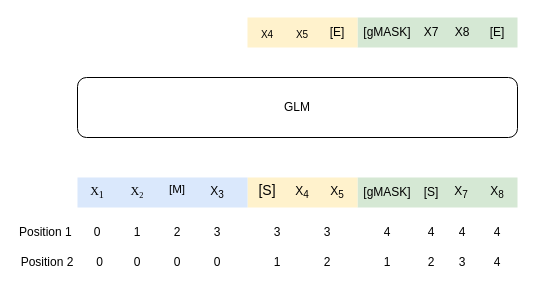
ZhangHammer/ZhangHammer keeps this draw.io diagram as multitask.drawio. Above is the earlier version. Source tidied: cells renumbered, new cells numbered last; positions are measured from the earlier drawing's top-left corner, leaving out a move shared by most shapes. Both pictures are drawn from the tidied source at 100%, with x=0, y=0 at pixel (17, 17).
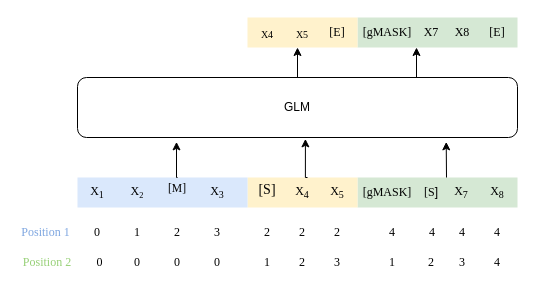
The same page after the edit.

The change refers to these unchanged cells:
```xml
<mxCell id="13" value="GLM" style="rounded=1;whiteSpace=wrap;html=1;" parent="1" vertex="1">
  <mxGeometry x="60" y="60" width="440" height="60" as="geometry" />
</mxCell>
```

Change to the diagram source:
```diff
@@
+    <mxCell id="48" style="edgeStyle=orthogonalEdgeStyle;rounded=0;jettySize=auto;html=1;exitX=0.5;exitY=0;exitDx=0;exitDy=0;entryX=0.225;entryY=1.073;entryDx=0;entryDy=0;entryPerimeter=0;" parent="1" edge="1" source="7" target="13">
+      <mxGeometry relative="1" as="geometry" />
+    </mxCell>
-    <mxCell id="7" value="&lt;font style=&quot;font-size: 14px;&quot;&gt;&lt;sup style=&quot;&quot;&gt;[M]&lt;/sup&gt;&lt;/font&gt;" style="text;html=1;strokeColor=none;fillColor=none;align=center;verticalAlign=middle;whiteSpace=wrap;rounded=0;" parent="1" vertex="1">
+    <mxCell id="7" value="&lt;font face=&quot;Times New Roman&quot; style=&quot;font-size: 14px;&quot;&gt;&lt;sup style=&quot;&quot;&gt;[M]&lt;/sup&gt;&lt;/font&gt;" style="text;html=1;strokeColor=none;fillColor=none;align=center;verticalAlign=middle;whiteSpace=wrap;rounded=0;" parent="1" vertex="1">
       <mxGeometry x="130" y="160" width="60" height="30" as="geometry" />
     </mxCell>
-    <mxCell id="8" value="X&lt;sub&gt;3&lt;/sub&gt;" style="text;html=1;strokeColor=none;fillColor=none;align=center;verticalAlign=middle;whiteSpace=wrap;rounded=0;" parent="1" vertex="1">
+    <mxCell id="8" value="&lt;font face=&quot;Times New Roman&quot;&gt;X&lt;sub&gt;3&lt;/sub&gt;&lt;/font&gt;" style="text;html=1;strokeColor=none;fillColor=none;align=center;verticalAlign=middle;whiteSpace=wrap;rounded=0;" parent="1" vertex="1">
       <mxGeometry x="170" y="160" width="60" height="30" as="geometry" />
     </mxCell>
-    <mxCell id="9" value="X&lt;sub&gt;4&lt;/sub&gt;" style="text;html=1;strokeColor=none;fillColor=none;align=center;verticalAlign=middle;whiteSpace=wrap;rounded=0;rotation=0;" parent="1" vertex="1">
+    <mxCell id="9" value="&lt;font face=&quot;Times New Roman&quot;&gt;X&lt;sub&gt;4&lt;/sub&gt;&lt;/font&gt;" style="text;html=1;strokeColor=none;fillColor=none;align=center;verticalAlign=middle;whiteSpace=wrap;rounded=0;rotation=0;" parent="1" vertex="1">
       <mxGeometry x="255" y="160" width="60" height="30" as="geometry" />
     </mxCell>
+    <mxCell id="49" style="edgeStyle=orthogonalEdgeStyle;rounded=0;jettySize=auto;html=1;exitX=0;exitY=0;exitDx=0;exitDy=0;entryX=0.518;entryY=1.023;entryDx=0;entryDy=0;entryPerimeter=0;" parent="1" edge="1" source="10" target="13">
+      <mxGeometry relative="1" as="geometry" />
+    </mxCell>
-    <mxCell id="10" value="X&lt;sub&gt;5&lt;/sub&gt;" style="text;html=1;strokeColor=none;fillColor=none;align=center;verticalAlign=middle;whiteSpace=wrap;rounded=0;" parent="1" vertex="1">
+    <mxCell id="10" value="&lt;font face=&quot;Times New Roman&quot;&gt;X&lt;sub&gt;5&lt;/sub&gt;&lt;/font&gt;" style="text;html=1;strokeColor=none;fillColor=none;align=center;verticalAlign=middle;whiteSpace=wrap;rounded=0;" parent="1" vertex="1">
       <mxGeometry x="290" y="160" width="60" height="30" as="geometry" />
     </mxCell>
-    <mxCell id="11" value="[gMASK]" style="text;html=1;strokeColor=none;fillColor=none;align=center;verticalAlign=middle;whiteSpace=wrap;rounded=0;" parent="1" vertex="1">
+    <mxCell id="11" value="&lt;font face=&quot;Times New Roman&quot;&gt;[gMASK]&lt;/font&gt;" style="text;html=1;strokeColor=none;fillColor=none;align=center;verticalAlign=middle;whiteSpace=wrap;rounded=0;" parent="1" vertex="1">
       <mxGeometry x="340" y="160" width="60" height="30" as="geometry" />
     </mxCell>
-    <mxCell id="12" value="[S]" style="text;html=1;strokeColor=none;fillColor=none;align=center;verticalAlign=middle;whiteSpace=wrap;rounded=0;" parent="1" vertex="1">
+    <mxCell id="12" value="&lt;font face=&quot;Times New Roman&quot;&gt;[S&lt;/font&gt;]" style="text;html=1;strokeColor=none;fillColor=none;align=center;verticalAlign=middle;whiteSpace=wrap;rounded=0;" parent="1" vertex="1">
       <mxGeometry x="384" y="160" width="60" height="30" as="geometry" />
     </mxCell>
+    <mxCell id="50" style="edgeStyle=orthogonalEdgeStyle;rounded=0;jettySize=auto;html=1;exitX=0.5;exitY=0;exitDx=0;exitDy=0;entryX=1;entryY=1;entryDx=0;entryDy=0;" parent="1" edge="1" source="13" target="45">
+      <mxGeometry relative="1" as="geometry" />
+    </mxCell>
+    <mxCell id="51" style="edgeStyle=orthogonalEdgeStyle;rounded=0;jettySize=auto;html=1;exitX=0.75;exitY=0;exitDx=0;exitDy=0;entryX=0.25;entryY=1;entryDx=0;entryDy=0;" parent="1" edge="1" source="13" target="44">
+      <mxGeometry relative="1" as="geometry" />
+    </mxCell>
@@
-    <mxCell id="14" value="Position 1&amp;nbsp;" style="text;html=1;strokeColor=none;fillColor=none;align=center;verticalAlign=middle;whiteSpace=wrap;rounded=0;" parent="1" vertex="1">
+    <mxCell id="14" value="&lt;font color=&quot;#7ea6e0&quot; face=&quot;Times New Roman&quot;&gt;Position 1&amp;nbsp;&lt;/font&gt;" style="text;html=1;strokeColor=none;fillColor=none;align=center;verticalAlign=middle;whiteSpace=wrap;rounded=0;" parent="1" vertex="1">
       <mxGeometry y="200" width="60" height="30" as="geometry" />
     </mxCell>
-    <mxCell id="15" value="0" style="text;html=1;strokeColor=none;fillColor=none;align=center;verticalAlign=middle;whiteSpace=wrap;rounded=0;" parent="1" vertex="1">
+    <mxCell id="15" value="&lt;font face=&quot;Times New Roman&quot;&gt;0&lt;/font&gt;" style="text;html=1;strokeColor=none;fillColor=none;align=center;verticalAlign=middle;whiteSpace=wrap;rounded=0;" parent="1" vertex="1">
       <mxGeometry x="65" y="200" width="30" height="30" as="geometry" />
     </mxCell>
-    <mxCell id="16" value="1" style="text;html=1;strokeColor=none;fillColor=none;align=center;verticalAlign=middle;whiteSpace=wrap;rounded=0;" parent="1" vertex="1">
+    <mxCell id="16" value="&lt;font face=&quot;Times New Roman&quot;&gt;1&lt;/font&gt;" style="text;html=1;strokeColor=none;fillColor=none;align=center;verticalAlign=middle;whiteSpace=wrap;rounded=0;" parent="1" vertex="1">
       <mxGeometry x="105" y="200" width="30" height="30" as="geometry" />
     </mxCell>
-    <mxCell id="17" value="2" style="text;html=1;strokeColor=none;fillColor=none;align=center;verticalAlign=middle;whiteSpace=wrap;rounded=0;" parent="1" vertex="1">
+    <mxCell id="17" value="&lt;font face=&quot;Times New Roman&quot;&gt;2&lt;/font&gt;" style="text;html=1;strokeColor=none;fillColor=none;align=center;verticalAlign=middle;whiteSpace=wrap;rounded=0;" parent="1" vertex="1">
       <mxGeometry x="145" y="200" width="30" height="30" as="geometry" />
     </mxCell>
-    <mxCell id="18" value="3" style="text;html=1;strokeColor=none;fillColor=none;align=center;verticalAlign=middle;whiteSpace=wrap;rounded=0;" parent="1" vertex="1">
+    <mxCell id="18" value="&lt;font face=&quot;Times New Roman&quot;&gt;3&lt;/font&gt;" style="text;html=1;strokeColor=none;fillColor=none;align=center;verticalAlign=middle;whiteSpace=wrap;rounded=0;" parent="1" vertex="1">
       <mxGeometry x="185" y="200" width="30" height="30" as="geometry" />
     </mxCell>
-    <mxCell id="19" value="3" style="text;html=1;strokeColor=none;fillColor=none;align=center;verticalAlign=middle;whiteSpace=wrap;rounded=0;" parent="1" vertex="1">
-      <mxGeometry x="245" y="200" width="30" height="30" as="geometry" />
+    <mxCell id="19" value="&lt;font face=&quot;Times New Roman&quot;&gt;2&lt;/font&gt;" style="text;html=1;strokeColor=none;fillColor=none;align=center;verticalAlign=middle;whiteSpace=wrap;rounded=0;" parent="1" vertex="1">
+      <mxGeometry x="270" y="200" width="30" height="30" as="geometry" />
     </mxCell>
-    <mxCell id="20" value="3" style="text;html=1;strokeColor=none;fillColor=none;align=center;verticalAlign=middle;whiteSpace=wrap;rounded=0;" parent="1" vertex="1">
-      <mxGeometry x="295" y="200" width="30" height="30" as="geometry" />
+    <mxCell id="20" value="&lt;font face=&quot;Times New Roman&quot;&gt;2&lt;/font&gt;" style="text;html=1;strokeColor=none;fillColor=none;align=center;verticalAlign=middle;whiteSpace=wrap;rounded=0;" parent="1" vertex="1">
+      <mxGeometry x="305" y="200" width="30" height="30" as="geometry" />
     </mxCell>
-    <mxCell id="21" value="4" style="text;html=1;strokeColor=none;fillColor=none;align=center;verticalAlign=middle;whiteSpace=wrap;rounded=0;" parent="1" vertex="1">
-      <mxGeometry x="355" y="200" width="30" height="30" as="geometry" />
+    <mxCell id="21" value="&lt;font face=&quot;Times New Roman&quot;&gt;4&lt;/font&gt;" style="text;html=1;strokeColor=none;fillColor=none;align=center;verticalAlign=middle;whiteSpace=wrap;rounded=0;" parent="1" vertex="1">
+      <mxGeometry x="360" y="200" width="30" height="30" as="geometry" />
     </mxCell>
-    <mxCell id="22" value="4" style="text;html=1;strokeColor=none;fillColor=none;align=center;verticalAlign=middle;whiteSpace=wrap;rounded=0;" parent="1" vertex="1">
-      <mxGeometry x="398.5" y="200" width="30" height="30" as="geometry" />
+    <mxCell id="22" value="&lt;font face=&quot;Times New Roman&quot;&gt;4&lt;/font&gt;" style="text;html=1;strokeColor=none;fillColor=none;align=center;verticalAlign=middle;whiteSpace=wrap;rounded=0;" parent="1" vertex="1">
+      <mxGeometry x="398.5" y="200" width="31.5" height="30" as="geometry" />
     </mxCell>
-    <mxCell id="23" value="4" style="text;html=1;strokeColor=none;fillColor=none;align=center;verticalAlign=middle;whiteSpace=wrap;rounded=0;" parent="1" vertex="1">
+    <mxCell id="23" value="&lt;font face=&quot;Times New Roman&quot;&gt;4&lt;/font&gt;" style="text;html=1;strokeColor=none;fillColor=none;align=center;verticalAlign=middle;whiteSpace=wrap;rounded=0;" parent="1" vertex="1">
       <mxGeometry x="430" y="200" width="30" height="30" as="geometry" />
     </mxCell>
-    <mxCell id="24" value="Position 2" style="text;html=1;strokeColor=none;fillColor=none;align=center;verticalAlign=middle;whiteSpace=wrap;rounded=0;" parent="1" vertex="1">
+    <mxCell id="24" value="&lt;font color=&quot;#97d077&quot; face=&quot;Times New Roman&quot;&gt;Position 2&lt;/font&gt;" style="text;html=1;strokeColor=none;fillColor=none;align=center;verticalAlign=middle;whiteSpace=wrap;rounded=0;" parent="1" vertex="1">
       <mxGeometry y="230" width="60" height="30" as="geometry" />
     </mxCell>
-    <mxCell id="25" value="0" style="text;html=1;strokeColor=none;fillColor=none;align=center;verticalAlign=middle;whiteSpace=wrap;rounded=0;" parent="1" vertex="1">
+    <mxCell id="25" value="&lt;font face=&quot;Times New Roman&quot;&gt;0&lt;/font&gt;" style="text;html=1;strokeColor=none;fillColor=none;align=center;verticalAlign=middle;whiteSpace=wrap;rounded=0;" parent="1" vertex="1">
       <mxGeometry x="70" y="230" width="25" height="30" as="geometry" />
     </mxCell>
-    <mxCell id="26" value="0" style="text;html=1;strokeColor=none;fillColor=none;align=center;verticalAlign=middle;whiteSpace=wrap;rounded=0;" parent="1" vertex="1">
+    <mxCell id="26" value="&lt;font face=&quot;Times New Roman&quot;&gt;0&lt;/font&gt;" style="text;html=1;strokeColor=none;fillColor=none;align=center;verticalAlign=middle;whiteSpace=wrap;rounded=0;" parent="1" vertex="1">
       <mxGeometry x="105" y="230" width="30" height="30" as="geometry" />
     </mxCell>
-    <mxCell id="27" value="0" style="text;html=1;strokeColor=none;fillColor=none;align=center;verticalAlign=middle;whiteSpace=wrap;rounded=0;" parent="1" vertex="1">
+    <mxCell id="27" value="&lt;font face=&quot;Times New Roman&quot;&gt;0&lt;/font&gt;" style="text;html=1;strokeColor=none;fillColor=none;align=center;verticalAlign=middle;whiteSpace=wrap;rounded=0;" parent="1" vertex="1">
       <mxGeometry x="145" y="230" width="30" height="30" as="geometry" />
     </mxCell>
-    <mxCell id="28" value="0" style="text;html=1;strokeColor=none;fillColor=none;align=center;verticalAlign=middle;whiteSpace=wrap;rounded=0;" parent="1" vertex="1">
+    <mxCell id="28" value="&lt;font face=&quot;Times New Roman&quot;&gt;0&lt;/font&gt;" style="text;html=1;strokeColor=none;fillColor=none;align=center;verticalAlign=middle;whiteSpace=wrap;rounded=0;" parent="1" vertex="1">
       <mxGeometry x="185" y="230" width="30" height="30" as="geometry" />
     </mxCell>
-    <mxCell id="29" value="1" style="text;html=1;strokeColor=none;fillColor=none;align=center;verticalAlign=middle;whiteSpace=wrap;rounded=0;" parent="1" vertex="1">
-      <mxGeometry x="245" y="230" width="30" height="30" as="geometry" />
+    <mxCell id="29" value="&lt;font face=&quot;Times New Roman&quot;&gt;2&lt;/font&gt;" style="text;html=1;strokeColor=none;fillColor=none;align=center;verticalAlign=middle;whiteSpace=wrap;rounded=0;" parent="1" vertex="1">
+      <mxGeometry x="270" y="230" width="30" height="30" as="geometry" />
     </mxCell>
-    <mxCell id="30" value="2" style="text;html=1;strokeColor=none;fillColor=none;align=center;verticalAlign=middle;whiteSpace=wrap;rounded=0;" parent="1" vertex="1">
-      <mxGeometry x="295" y="230" width="30" height="30" as="geometry" />
+    <mxCell id="30" value="&lt;font face=&quot;Times New Roman&quot;&gt;3&lt;/font&gt;" style="text;html=1;strokeColor=none;fillColor=none;align=center;verticalAlign=middle;whiteSpace=wrap;rounded=0;" parent="1" vertex="1">
+      <mxGeometry x="305" y="230" width="30" height="30" as="geometry" />
     </mxCell>
-    <mxCell id="31" value="1" style="text;html=1;strokeColor=none;fillColor=none;align=center;verticalAlign=middle;whiteSpace=wrap;rounded=0;" parent="1" vertex="1">
-      <mxGeometry x="355" y="230" width="30" height="30" as="geometry" />
+    <mxCell id="31" value="&lt;font face=&quot;Times New Roman&quot;&gt;1&lt;/font&gt;" style="text;html=1;strokeColor=none;fillColor=none;align=center;verticalAlign=middle;whiteSpace=wrap;rounded=0;" parent="1" vertex="1">
+      <mxGeometry x="360" y="230" width="30" height="30" as="geometry" />
     </mxCell>
-    <mxCell id="32" value="2" style="text;html=1;strokeColor=none;fillColor=none;align=center;verticalAlign=middle;whiteSpace=wrap;rounded=0;" parent="1" vertex="1">
+    <mxCell id="32" value="&lt;font face=&quot;Times New Roman&quot;&gt;2&lt;/font&gt;" style="text;html=1;strokeColor=none;fillColor=none;align=center;verticalAlign=middle;whiteSpace=wrap;rounded=0;" parent="1" vertex="1">
       <mxGeometry x="398.5" y="230" width="30" height="30" as="geometry" />
     </mxCell>
-    <mxCell id="33" value="3" style="text;html=1;strokeColor=none;fillColor=none;align=center;verticalAlign=middle;whiteSpace=wrap;rounded=0;" parent="1" vertex="1">
+    <mxCell id="33" value="&lt;font face=&quot;Times New Roman&quot;&gt;3&lt;/font&gt;" style="text;html=1;strokeColor=none;fillColor=none;align=center;verticalAlign=middle;whiteSpace=wrap;rounded=0;" parent="1" vertex="1">
       <mxGeometry x="430" y="230" width="30" height="30" as="geometry" />
     </mxCell>
-    <mxCell id="34" value="&lt;sup&gt;&lt;font style=&quot;font-size: 14px;&quot;&gt;[S]&lt;/font&gt;&lt;/sup&gt;" style="text;html=1;strokeColor=none;fillColor=none;align=center;verticalAlign=middle;whiteSpace=wrap;rounded=0;rotation=0;" parent="1" vertex="1">
+    <mxCell id="34" value="&lt;sup&gt;&lt;font face=&quot;Times New Roman&quot; style=&quot;font-size: 14px;&quot;&gt;[S]&lt;/font&gt;&lt;/sup&gt;" style="text;html=1;strokeColor=none;fillColor=none;align=center;verticalAlign=middle;whiteSpace=wrap;rounded=0;rotation=0;" parent="1" vertex="1">
       <mxGeometry x="220" y="160" width="60" height="30" as="geometry" />
     </mxCell>
+    <mxCell id="52" style="edgeStyle=orthogonalEdgeStyle;rounded=0;jettySize=auto;html=1;exitX=0.25;exitY=0;exitDx=0;exitDy=0;entryX=0.838;entryY=1.073;entryDx=0;entryDy=0;entryPerimeter=0;" parent="1" edge="1" source="35" target="13">
+      <mxGeometry relative="1" as="geometry" />
+    </mxCell>
-    <mxCell id="35" value="X&lt;sub&gt;7&lt;/sub&gt;" style="text;html=1;strokeColor=none;fillColor=none;align=center;verticalAlign=middle;whiteSpace=wrap;rounded=0;" parent="1" vertex="1">
+    <mxCell id="35" value="&lt;font face=&quot;Times New Roman&quot;&gt;X&lt;sub&gt;7&lt;/sub&gt;&lt;/font&gt;" style="text;html=1;strokeColor=none;fillColor=none;align=center;verticalAlign=middle;whiteSpace=wrap;rounded=0;" parent="1" vertex="1">
       <mxGeometry x="414" y="160" width="60" height="30" as="geometry" />
     </mxCell>
-    <mxCell id="36" value="X&lt;sub&gt;8&lt;/sub&gt;" style="text;html=1;strokeColor=none;fillColor=none;align=center;verticalAlign=middle;whiteSpace=wrap;rounded=0;" parent="1" vertex="1">
+    <mxCell id="36" value="&lt;font face=&quot;Times New Roman&quot;&gt;X&lt;sub&gt;8&lt;/sub&gt;&lt;/font&gt;" style="text;html=1;strokeColor=none;fillColor=none;align=center;verticalAlign=middle;whiteSpace=wrap;rounded=0;" parent="1" vertex="1">
       <mxGeometry x="450" y="160" width="60" height="30" as="geometry" />
     </mxCell>
-    <mxCell id="37" value="4" style="text;html=1;strokeColor=none;fillColor=none;align=center;verticalAlign=middle;whiteSpace=wrap;rounded=0;" parent="1" vertex="1">
+    <mxCell id="37" value="&lt;font face=&quot;Times New Roman&quot;&gt;4&lt;/font&gt;" style="text;html=1;strokeColor=none;fillColor=none;align=center;verticalAlign=middle;whiteSpace=wrap;rounded=0;" parent="1" vertex="1">
       <mxGeometry x="465" y="205" width="30" height="20" as="geometry" />
     </mxCell>
-    <mxCell id="38" value="4" style="text;html=1;strokeColor=none;fillColor=none;align=center;verticalAlign=middle;whiteSpace=wrap;rounded=0;" parent="1" vertex="1">
+    <mxCell id="38" value="&lt;font face=&quot;Times New Roman&quot;&gt;4&lt;/font&gt;" style="text;html=1;strokeColor=none;fillColor=none;align=center;verticalAlign=middle;whiteSpace=wrap;rounded=0;" parent="1" vertex="1">
       <mxGeometry x="465" y="230" width="30" height="30" as="geometry" />
     </mxCell>
@@
-    <mxCell id="41" value="&lt;sub&gt;X5&lt;/sub&gt;" style="text;html=1;strokeColor=none;fillColor=none;align=center;verticalAlign=middle;whiteSpace=wrap;rounded=0;rotation=0;" parent="1" vertex="1">
+    <mxCell id="41" value="&lt;sub&gt;&lt;font face=&quot;Times New Roman&quot;&gt;X5&lt;/font&gt;&lt;/sub&gt;" style="text;html=1;strokeColor=none;fillColor=none;align=center;verticalAlign=middle;whiteSpace=wrap;rounded=0;rotation=0;" parent="1" vertex="1">
       <mxGeometry x="255" width="60" height="30" as="geometry" />
     </mxCell>
-    <mxCell id="42" value="[E]" style="text;html=1;strokeColor=none;fillColor=none;align=center;verticalAlign=middle;whiteSpace=wrap;rounded=0;" parent="1" vertex="1">
+    <mxCell id="42" value="&lt;font face=&quot;Times New Roman&quot;&gt;[E]&lt;/font&gt;" style="text;html=1;strokeColor=none;fillColor=none;align=center;verticalAlign=middle;whiteSpace=wrap;rounded=0;" parent="1" vertex="1">
       <mxGeometry x="290" width="60" height="30" as="geometry" />
     </mxCell>
-    <mxCell id="43" value="[gMASK]" style="text;html=1;strokeColor=none;fillColor=none;align=center;verticalAlign=middle;whiteSpace=wrap;rounded=0;" parent="1" vertex="1">
+    <mxCell id="43" value="&lt;font face=&quot;Times New Roman&quot;&gt;[gMASK]&lt;/font&gt;" style="text;html=1;strokeColor=none;fillColor=none;align=center;verticalAlign=middle;whiteSpace=wrap;rounded=0;" parent="1" vertex="1">
       <mxGeometry x="340" width="60" height="30" as="geometry" />
     </mxCell>
-    <mxCell id="44" value="X7" style="text;html=1;strokeColor=none;fillColor=none;align=center;verticalAlign=middle;whiteSpace=wrap;rounded=0;" parent="1" vertex="1">
+    <mxCell id="44" value="&lt;font face=&quot;Times New Roman&quot;&gt;X7&lt;/font&gt;" style="text;html=1;strokeColor=none;fillColor=none;align=center;verticalAlign=middle;whiteSpace=wrap;rounded=0;" parent="1" vertex="1">
       <mxGeometry x="384" width="60" height="30" as="geometry" />
     </mxCell>
-    <mxCell id="45" value="&lt;font style=&quot;font-size: 12px;&quot;&gt;&lt;sub&gt;X4&lt;/sub&gt;&lt;/font&gt;" style="text;html=1;strokeColor=none;fillColor=none;align=center;verticalAlign=middle;whiteSpace=wrap;rounded=0;rotation=0;" parent="1" vertex="1">
+    <mxCell id="45" value="&lt;font face=&quot;Times New Roman&quot; style=&quot;font-size: 12px;&quot;&gt;&lt;sub&gt;X4&lt;/sub&gt;&lt;/font&gt;" style="text;html=1;strokeColor=none;fillColor=none;align=center;verticalAlign=middle;whiteSpace=wrap;rounded=0;rotation=0;" parent="1" vertex="1">
       <mxGeometry x="220" width="60" height="30" as="geometry" />
     </mxCell>
-    <mxCell id="46" value="X8" style="text;html=1;strokeColor=none;fillColor=none;align=center;verticalAlign=middle;whiteSpace=wrap;rounded=0;" parent="1" vertex="1">
+    <mxCell id="46" value="&lt;font face=&quot;Times New Roman&quot;&gt;X8&lt;/font&gt;" style="text;html=1;strokeColor=none;fillColor=none;align=center;verticalAlign=middle;whiteSpace=wrap;rounded=0;" parent="1" vertex="1">
       <mxGeometry x="415" width="60" height="30" as="geometry" />
     </mxCell>
-    <mxCell id="47" value="[E]" style="text;html=1;strokeColor=none;fillColor=none;align=center;verticalAlign=middle;whiteSpace=wrap;rounded=0;" parent="1" vertex="1">
+    <mxCell id="47" value="&lt;font face=&quot;Times New Roman&quot;&gt;[E]&lt;/font&gt;" style="text;html=1;strokeColor=none;fillColor=none;align=center;verticalAlign=middle;whiteSpace=wrap;rounded=0;" parent="1" vertex="1">
       <mxGeometry x="450" width="60" height="30" as="geometry" />
     </mxCell>
+    <mxCell id="53" value="&lt;font face=&quot;Times New Roman&quot;&gt;2&lt;/font&gt;" style="text;html=1;strokeColor=none;fillColor=none;align=center;verticalAlign=middle;whiteSpace=wrap;rounded=0;" parent="1" vertex="1">
+      <mxGeometry x="235" y="200" width="30" height="30" as="geometry" />
+    </mxCell>
+    <mxCell id="54" value="&lt;font face=&quot;Times New Roman&quot;&gt;1&lt;/font&gt;" style="text;html=1;strokeColor=none;fillColor=none;align=center;verticalAlign=middle;whiteSpace=wrap;rounded=0;" parent="1" vertex="1">
+      <mxGeometry x="235" y="230" width="30" height="30" as="geometry" />
+    </mxCell>
```
